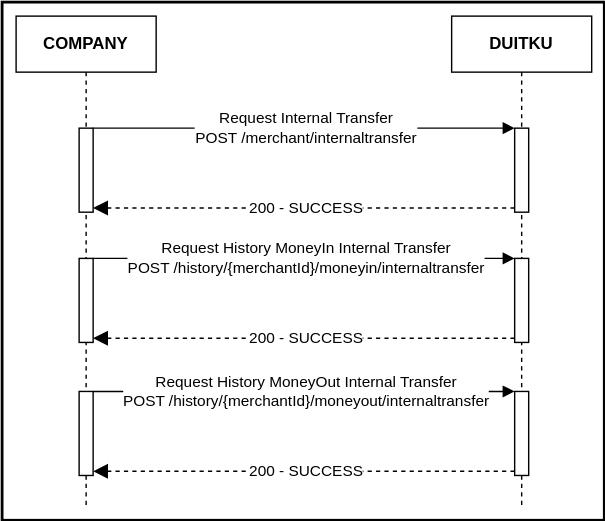
heripurnama/master-api-public keeps this draw.io diagram as internaltransfer_flow.svg. Above is the earlier version. Source tidied: cells renumbered, new cells last; positions are measured from the earlier drawing's top-left corner, leaving out a move shared by most shapes. The source it was exported from:
```xml
<mxGraphModel>
  <root>
    <mxCell id="0" />
    <mxCell id="1" parent="0" />
    <mxCell id="2" style="rounded=0;whiteSpace=wrap;html=1;strokeWidth=2;" parent="1" vertex="1">
      <mxGeometry width="430" height="370" as="geometry" />
    </mxCell>
    <mxCell id="3" style="group;" parent="1" vertex="1">
      <mxGeometry x="10" y="10" width="411" height="350" as="geometry" />
    </mxCell>
    <mxCell id="4" value="&lt;b&gt;COMPANY&lt;/b&gt;" style="shape=umlLifeline;perimeter=lifelinePerimeter;whiteSpace=wrap;html=1;newEdgeStyle={&quot;edgeStyle&quot;:&quot;elbowEdgeStyle&quot;,&quot;elbow&quot;:&quot;vertical&quot;,&quot;curved&quot;:0,&quot;rounded&quot;:0};" parent="3" vertex="1">
      <mxGeometry width="100" height="350" as="geometry" />
    </mxCell>
    <mxCell id="5" style="html=1;points=[];perimeter=orthogonalPerimeter;outlineConnect=0;targetShapes=umlLifeline;portConstraint=eastwest;newEdgeStyle={&quot;edgeStyle&quot;:&quot;elbowEdgeStyle&quot;,&quot;elbow&quot;:&quot;vertical&quot;,&quot;curved&quot;:0,&quot;rounded&quot;:0};" parent="4" vertex="1">
      <mxGeometry x="45" y="80" width="10" height="60" as="geometry" />
    </mxCell>
    <mxCell id="6" value="&lt;b&gt;DUITKU&lt;/b&gt;" style="shape=umlLifeline;perimeter=lifelinePerimeter;whiteSpace=wrap;html=1;newEdgeStyle={&quot;edgeStyle&quot;:&quot;elbowEdgeStyle&quot;,&quot;elbow&quot;:&quot;vertical&quot;,&quot;curved&quot;:0,&quot;rounded&quot;:0};" parent="3" vertex="1">
      <mxGeometry x="311" width="100" height="350" as="geometry" />
    </mxCell>
    <mxCell id="7" style="html=1;points=[];perimeter=orthogonalPerimeter;outlineConnect=0;targetShapes=umlLifeline;portConstraint=eastwest;newEdgeStyle={&quot;edgeStyle&quot;:&quot;elbowEdgeStyle&quot;,&quot;elbow&quot;:&quot;vertical&quot;,&quot;curved&quot;:0,&quot;rounded&quot;:0};" parent="6" vertex="1">
      <mxGeometry x="45" y="80" width="10" height="60" as="geometry" />
    </mxCell>
    <mxCell id="8" style="html=1;verticalAlign=bottom;endArrow=block;edgeStyle=elbowEdgeStyle;elbow=vertical;curved=0;rounded=0;" parent="3" edge="1" source="5" target="7">
      <mxGeometry relative="1" as="geometry">
        <Array as="points">
          <mxPoint x="140" y="80" />
        </Array>
      </mxGeometry>
    </mxCell>
    <mxCell id="9" value="Request Internal Transfer&lt;br&gt;POST /merchant/internaltransfer" style="edgeLabel;html=1;align=center;verticalAlign=middle;" parent="8" vertex="1">
      <mxGeometry x="0.04" y="1" relative="1" as="geometry">
        <mxPoint x="-6" as="offset" />
      </mxGeometry>
    </mxCell>
    <mxCell id="10" style="html=1;verticalAlign=bottom;endArrow=block;dashed=1;endSize=8;edgeStyle=elbowEdgeStyle;elbow=vertical;curved=0;rounded=0;endFill=1;" parent="3" edge="1" source="7">
      <mxGeometry relative="1" as="geometry">
        <mxPoint x="55" y="137" as="targetPoint" />
        <Array as="points">
          <mxPoint x="150" y="137" />
        </Array>
      </mxGeometry>
    </mxCell>
    <mxCell id="11" value="200 - SUCCESS" style="edgeLabel;html=1;align=center;verticalAlign=middle;" parent="10" vertex="1">
      <mxGeometry x="-0.01" y="-1" relative="1" as="geometry" />
    </mxCell>
    <mxCell id="12" style="html=1;points=[];perimeter=orthogonalPerimeter;outlineConnect=0;targetShapes=umlLifeline;portConstraint=eastwest;newEdgeStyle={&quot;edgeStyle&quot;:&quot;elbowEdgeStyle&quot;,&quot;elbow&quot;:&quot;vertical&quot;,&quot;curved&quot;:0,&quot;rounded&quot;:0};" parent="3" vertex="1">
      <mxGeometry x="45" y="173" width="10" height="60" as="geometry" />
    </mxCell>
    <mxCell id="13" style="html=1;points=[];perimeter=orthogonalPerimeter;outlineConnect=0;targetShapes=umlLifeline;portConstraint=eastwest;newEdgeStyle={&quot;edgeStyle&quot;:&quot;elbowEdgeStyle&quot;,&quot;elbow&quot;:&quot;vertical&quot;,&quot;curved&quot;:0,&quot;rounded&quot;:0};fillColor=#FFFFFF;" parent="3" vertex="1">
      <mxGeometry x="356" y="173" width="10" height="60" as="geometry" />
    </mxCell>
    <mxCell id="14" style="html=1;verticalAlign=bottom;endArrow=block;edgeStyle=elbowEdgeStyle;elbow=vertical;curved=0;rounded=0;" parent="3" edge="1" source="12" target="13">
      <mxGeometry relative="1" as="geometry">
        <Array as="points">
          <mxPoint x="140" y="173" />
        </Array>
      </mxGeometry>
    </mxCell>
    <mxCell id="15" value="Request History MoneyIn Internal Transfer&lt;br&gt;POST /history/{merchantId}/moneyin/internaltransfer" style="edgeLabel;html=1;align=center;verticalAlign=middle;" parent="14" vertex="1">
      <mxGeometry x="0.04" y="1" relative="1" as="geometry">
        <mxPoint x="-6" as="offset" />
      </mxGeometry>
    </mxCell>
    <mxCell id="16" style="html=1;verticalAlign=bottom;endArrow=block;dashed=1;endSize=8;edgeStyle=elbowEdgeStyle;elbow=vertical;curved=0;rounded=0;endFill=1;" parent="3" edge="1" source="13">
      <mxGeometry relative="1" as="geometry">
        <mxPoint x="55" y="230" as="targetPoint" />
        <Array as="points">
          <mxPoint x="150" y="230" />
        </Array>
      </mxGeometry>
    </mxCell>
    <mxCell id="17" value="200 - SUCCESS" style="edgeLabel;html=1;align=center;verticalAlign=middle;" parent="16" vertex="1">
      <mxGeometry x="-0.01" y="-1" relative="1" as="geometry" />
    </mxCell>
    <mxCell id="18" style="html=1;points=[];perimeter=orthogonalPerimeter;outlineConnect=0;targetShapes=umlLifeline;portConstraint=eastwest;newEdgeStyle={&quot;edgeStyle&quot;:&quot;elbowEdgeStyle&quot;,&quot;elbow&quot;:&quot;vertical&quot;,&quot;curved&quot;:0,&quot;rounded&quot;:0};" parent="3" vertex="1">
      <mxGeometry x="45" y="268" width="10" height="60" as="geometry" />
    </mxCell>
    <mxCell id="19" style="html=1;points=[];perimeter=orthogonalPerimeter;outlineConnect=0;targetShapes=umlLifeline;portConstraint=eastwest;newEdgeStyle={&quot;edgeStyle&quot;:&quot;elbowEdgeStyle&quot;,&quot;elbow&quot;:&quot;vertical&quot;,&quot;curved&quot;:0,&quot;rounded&quot;:0};fillColor=#FFFFFF;" parent="3" vertex="1">
      <mxGeometry x="356" y="268" width="10" height="60" as="geometry" />
    </mxCell>
    <mxCell id="20" style="html=1;verticalAlign=bottom;endArrow=block;edgeStyle=elbowEdgeStyle;elbow=vertical;curved=0;rounded=0;" parent="3" edge="1" source="18" target="19">
      <mxGeometry relative="1" as="geometry">
        <Array as="points">
          <mxPoint x="140" y="268" />
        </Array>
      </mxGeometry>
    </mxCell>
    <mxCell id="21" value="Request History MoneyOut Internal Transfer&lt;br&gt;POST /history/{merchantId}/moneyout/internaltransfer" style="edgeLabel;html=1;align=center;verticalAlign=middle;" parent="20" vertex="1">
      <mxGeometry x="0.04" y="1" relative="1" as="geometry">
        <mxPoint x="-6" as="offset" />
      </mxGeometry>
    </mxCell>
    <mxCell id="22" style="html=1;verticalAlign=bottom;endArrow=block;dashed=1;endSize=8;edgeStyle=elbowEdgeStyle;elbow=vertical;curved=0;rounded=0;endFill=1;" parent="3" edge="1" source="19">
      <mxGeometry relative="1" as="geometry">
        <mxPoint x="55" y="325" as="targetPoint" />
        <Array as="points">
          <mxPoint x="150" y="325" />
        </Array>
      </mxGeometry>
    </mxCell>
    <mxCell id="23" value="200 - SUCCESS" style="edgeLabel;html=1;align=center;verticalAlign=middle;" parent="22" vertex="1">
      <mxGeometry x="-0.01" y="-1" relative="1" as="geometry" />
    </mxCell>
  </root>
</mxGraphModel>
```
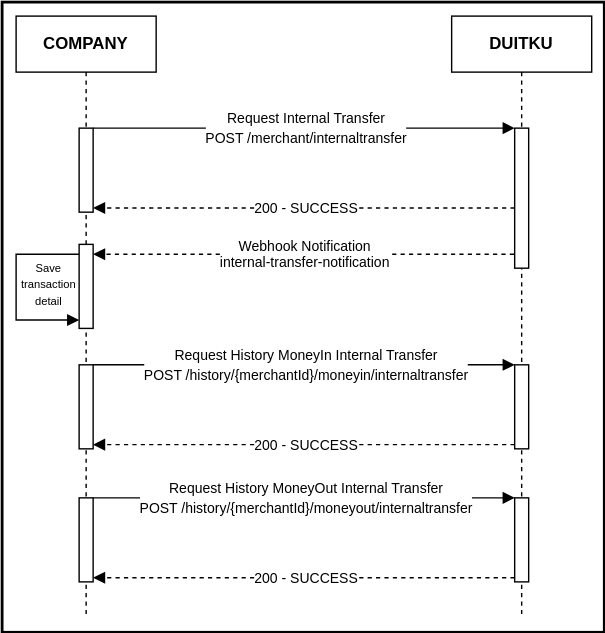
After the commit.

The edit, as a diff of the source:
```diff
@@ -3,22 +3,22 @@
     <mxCell id="0" />
     <mxCell id="1" parent="0" />
     <mxCell id="2" style="rounded=0;whiteSpace=wrap;html=1;strokeWidth=2;" parent="1" vertex="1">
-      <mxGeometry width="430" height="370" as="geometry" />
+      <mxGeometry width="430" height="450" as="geometry" />
     </mxCell>
     <mxCell id="3" style="group;" parent="1" vertex="1">
-      <mxGeometry x="10" y="10" width="411" height="350" as="geometry" />
+      <mxGeometry x="10" y="10" width="411" height="430" as="geometry" />
     </mxCell>
     <mxCell id="4" value="&lt;b&gt;COMPANY&lt;/b&gt;" style="shape=umlLifeline;perimeter=lifelinePerimeter;whiteSpace=wrap;html=1;newEdgeStyle={&quot;edgeStyle&quot;:&quot;elbowEdgeStyle&quot;,&quot;elbow&quot;:&quot;vertical&quot;,&quot;curved&quot;:0,&quot;rounded&quot;:0};" parent="3" vertex="1">
-      <mxGeometry width="100" height="350" as="geometry" />
+      <mxGeometry width="100" height="430" as="geometry" />
     </mxCell>
     <mxCell id="5" style="html=1;points=[];perimeter=orthogonalPerimeter;outlineConnect=0;targetShapes=umlLifeline;portConstraint=eastwest;newEdgeStyle={&quot;edgeStyle&quot;:&quot;elbowEdgeStyle&quot;,&quot;elbow&quot;:&quot;vertical&quot;,&quot;curved&quot;:0,&quot;rounded&quot;:0};" parent="4" vertex="1">
       <mxGeometry x="45" y="80" width="10" height="60" as="geometry" />
     </mxCell>
     <mxCell id="6" value="&lt;b&gt;DUITKU&lt;/b&gt;" style="shape=umlLifeline;perimeter=lifelinePerimeter;whiteSpace=wrap;html=1;newEdgeStyle={&quot;edgeStyle&quot;:&quot;elbowEdgeStyle&quot;,&quot;elbow&quot;:&quot;vertical&quot;,&quot;curved&quot;:0,&quot;rounded&quot;:0};" parent="3" vertex="1">
-      <mxGeometry x="311" width="100" height="350" as="geometry" />
+      <mxGeometry x="311" width="100" height="430" as="geometry" />
     </mxCell>
     <mxCell id="7" style="html=1;points=[];perimeter=orthogonalPerimeter;outlineConnect=0;targetShapes=umlLifeline;portConstraint=eastwest;newEdgeStyle={&quot;edgeStyle&quot;:&quot;elbowEdgeStyle&quot;,&quot;elbow&quot;:&quot;vertical&quot;,&quot;curved&quot;:0,&quot;rounded&quot;:0};" parent="6" vertex="1">
-      <mxGeometry x="45" y="80" width="10" height="60" as="geometry" />
+      <mxGeometry x="45" y="80" width="10" height="100" as="geometry" />
     </mxCell>
     <mxCell id="8" style="html=1;verticalAlign=bottom;endArrow=block;edgeStyle=elbowEdgeStyle;elbow=vertical;curved=0;rounded=0;" parent="3" edge="1" source="5" target="7">
       <mxGeometry relative="1" as="geometry">
@@ -27,12 +27,12 @@
         </Array>
       </mxGeometry>
     </mxCell>
-    <mxCell id="9" value="Request Internal Transfer&lt;br&gt;POST /merchant/internaltransfer" style="edgeLabel;html=1;align=center;verticalAlign=middle;" parent="8" vertex="1">
+    <mxCell id="9" value="&lt;font style=&quot;font-size: 10px;&quot;&gt;Request Internal Transfer&lt;br&gt;POST /merchant/internaltransfer&lt;/font&gt;" style="edgeLabel;html=1;align=center;verticalAlign=middle;" parent="8" vertex="1">
       <mxGeometry x="0.04" y="1" relative="1" as="geometry">
         <mxPoint x="-6" as="offset" />
       </mxGeometry>
     </mxCell>
-    <mxCell id="10" style="html=1;verticalAlign=bottom;endArrow=block;dashed=1;endSize=8;edgeStyle=elbowEdgeStyle;elbow=vertical;curved=0;rounded=0;endFill=1;" parent="3" edge="1" source="7">
+    <mxCell id="10" style="html=1;verticalAlign=bottom;endArrow=block;dashed=1;endSize=6;edgeStyle=elbowEdgeStyle;elbow=vertical;curved=0;rounded=0;endFill=1;" parent="3" edge="1" source="7">
       <mxGeometry relative="1" as="geometry">
         <mxPoint x="55" y="137" as="targetPoint" />
         <Array as="points">
@@ -40,66 +40,87 @@
         </Array>
       </mxGeometry>
     </mxCell>
-    <mxCell id="11" value="200 - SUCCESS" style="edgeLabel;html=1;align=center;verticalAlign=middle;" parent="10" vertex="1">
+    <mxCell id="11" value="&lt;font style=&quot;font-size: 10px;&quot;&gt;200 - SUCCESS&lt;/font&gt;" style="edgeLabel;html=1;align=center;verticalAlign=middle;" parent="10" vertex="1">
       <mxGeometry x="-0.01" y="-1" relative="1" as="geometry" />
     </mxCell>
     <mxCell id="12" style="html=1;points=[];perimeter=orthogonalPerimeter;outlineConnect=0;targetShapes=umlLifeline;portConstraint=eastwest;newEdgeStyle={&quot;edgeStyle&quot;:&quot;elbowEdgeStyle&quot;,&quot;elbow&quot;:&quot;vertical&quot;,&quot;curved&quot;:0,&quot;rounded&quot;:0};" parent="3" vertex="1">
-      <mxGeometry x="45" y="173" width="10" height="60" as="geometry" />
+      <mxGeometry x="45" y="249" width="10" height="60" as="geometry" />
     </mxCell>
     <mxCell id="13" style="html=1;points=[];perimeter=orthogonalPerimeter;outlineConnect=0;targetShapes=umlLifeline;portConstraint=eastwest;newEdgeStyle={&quot;edgeStyle&quot;:&quot;elbowEdgeStyle&quot;,&quot;elbow&quot;:&quot;vertical&quot;,&quot;curved&quot;:0,&quot;rounded&quot;:0};fillColor=#FFFFFF;" parent="3" vertex="1">
-      <mxGeometry x="356" y="173" width="10" height="60" as="geometry" />
+      <mxGeometry x="356" y="249" width="10" height="60" as="geometry" />
     </mxCell>
     <mxCell id="14" style="html=1;verticalAlign=bottom;endArrow=block;edgeStyle=elbowEdgeStyle;elbow=vertical;curved=0;rounded=0;" parent="3" edge="1" source="12" target="13">
       <mxGeometry relative="1" as="geometry">
         <Array as="points">
-          <mxPoint x="140" y="173" />
+          <mxPoint x="140" y="249" />
         </Array>
       </mxGeometry>
     </mxCell>
-    <mxCell id="15" value="Request History MoneyIn Internal Transfer&lt;br&gt;POST /history/{merchantId}/moneyin/internaltransfer" style="edgeLabel;html=1;align=center;verticalAlign=middle;" parent="14" vertex="1">
+    <mxCell id="15" value="&lt;font style=&quot;font-size: 10px;&quot;&gt;Request History MoneyIn Internal Transfer&lt;br&gt;POST /history/{merchantId}/moneyin/internaltransfer&lt;/font&gt;" style="edgeLabel;html=1;align=center;verticalAlign=middle;" parent="14" vertex="1">
       <mxGeometry x="0.04" y="1" relative="1" as="geometry">
         <mxPoint x="-6" as="offset" />
       </mxGeometry>
     </mxCell>
-    <mxCell id="16" style="html=1;verticalAlign=bottom;endArrow=block;dashed=1;endSize=8;edgeStyle=elbowEdgeStyle;elbow=vertical;curved=0;rounded=0;endFill=1;" parent="3" edge="1" source="13">
+    <mxCell id="16" style="html=1;verticalAlign=bottom;endArrow=block;dashed=1;endSize=6;edgeStyle=elbowEdgeStyle;elbow=vertical;curved=0;rounded=0;endFill=1;" parent="3" edge="1" source="13">
       <mxGeometry relative="1" as="geometry">
-        <mxPoint x="55" y="230" as="targetPoint" />
+        <mxPoint x="55" y="306" as="targetPoint" />
         <Array as="points">
-          <mxPoint x="150" y="230" />
+          <mxPoint x="150" y="306" />
         </Array>
       </mxGeometry>
     </mxCell>
-    <mxCell id="17" value="200 - SUCCESS" style="edgeLabel;html=1;align=center;verticalAlign=middle;" parent="16" vertex="1">
+    <mxCell id="17" value="&lt;font style=&quot;font-size: 10px;&quot;&gt;200 - SUCCESS&lt;/font&gt;" style="edgeLabel;html=1;align=center;verticalAlign=middle;" parent="16" vertex="1">
       <mxGeometry x="-0.01" y="-1" relative="1" as="geometry" />
     </mxCell>
     <mxCell id="18" style="html=1;points=[];perimeter=orthogonalPerimeter;outlineConnect=0;targetShapes=umlLifeline;portConstraint=eastwest;newEdgeStyle={&quot;edgeStyle&quot;:&quot;elbowEdgeStyle&quot;,&quot;elbow&quot;:&quot;vertical&quot;,&quot;curved&quot;:0,&quot;rounded&quot;:0};" parent="3" vertex="1">
-      <mxGeometry x="45" y="268" width="10" height="60" as="geometry" />
+      <mxGeometry x="45" y="344" width="10" height="60" as="geometry" />
     </mxCell>
     <mxCell id="19" style="html=1;points=[];perimeter=orthogonalPerimeter;outlineConnect=0;targetShapes=umlLifeline;portConstraint=eastwest;newEdgeStyle={&quot;edgeStyle&quot;:&quot;elbowEdgeStyle&quot;,&quot;elbow&quot;:&quot;vertical&quot;,&quot;curved&quot;:0,&quot;rounded&quot;:0};fillColor=#FFFFFF;" parent="3" vertex="1">
-      <mxGeometry x="356" y="268" width="10" height="60" as="geometry" />
+      <mxGeometry x="356" y="344" width="10" height="60" as="geometry" />
     </mxCell>
     <mxCell id="20" style="html=1;verticalAlign=bottom;endArrow=block;edgeStyle=elbowEdgeStyle;elbow=vertical;curved=0;rounded=0;" parent="3" edge="1" source="18" target="19">
       <mxGeometry relative="1" as="geometry">
         <Array as="points">
-          <mxPoint x="140" y="268" />
+          <mxPoint x="140" y="344" />
         </Array>
       </mxGeometry>
     </mxCell>
-    <mxCell id="21" value="Request History MoneyOut Internal Transfer&lt;br&gt;POST /history/{merchantId}/moneyout/internaltransfer" style="edgeLabel;html=1;align=center;verticalAlign=middle;" parent="20" vertex="1">
+    <mxCell id="21" value="&lt;font style=&quot;font-size: 10px;&quot;&gt;Request History MoneyOut Internal Transfer&lt;br&gt;POST /history/{merchantId}/moneyout/internaltransfer&lt;/font&gt;" style="edgeLabel;html=1;align=center;verticalAlign=middle;" parent="20" vertex="1">
       <mxGeometry x="0.04" y="1" relative="1" as="geometry">
         <mxPoint x="-6" as="offset" />
       </mxGeometry>
     </mxCell>
-    <mxCell id="22" style="html=1;verticalAlign=bottom;endArrow=block;dashed=1;endSize=8;edgeStyle=elbowEdgeStyle;elbow=vertical;curved=0;rounded=0;endFill=1;" parent="3" edge="1" source="19">
+    <mxCell id="22" style="html=1;verticalAlign=bottom;endArrow=block;dashed=1;endSize=6;edgeStyle=elbowEdgeStyle;elbow=vertical;curved=0;rounded=0;endFill=1;" parent="3" edge="1" source="19">
       <mxGeometry relative="1" as="geometry">
-        <mxPoint x="55" y="325" as="targetPoint" />
+        <mxPoint x="55" y="401" as="targetPoint" />
         <Array as="points">
-          <mxPoint x="150" y="325" />
+          <mxPoint x="150" y="401" />
         </Array>
       </mxGeometry>
     </mxCell>
-    <mxCell id="23" value="200 - SUCCESS" style="edgeLabel;html=1;align=center;verticalAlign=middle;" parent="22" vertex="1">
+    <mxCell id="23" value="&lt;font style=&quot;font-size: 10px;&quot;&gt;200 - SUCCESS&lt;/font&gt;" style="edgeLabel;html=1;align=center;verticalAlign=middle;" parent="22" vertex="1">
       <mxGeometry x="-0.01" y="-1" relative="1" as="geometry" />
     </mxCell>
+    <mxCell id="24" value="Webhook Notification&lt;br style=&quot;font-size: 10px;&quot;&gt;&lt;div style=&quot;text-align: left;&quot;&gt;internal-transfer-notification&lt;/div&gt;" style="endArrow=block;html=1;fontSize=10;dashed=1;endFill=1;" parent="1" edge="1" target="25">
+      <mxGeometry relative="1" as="geometry">
+        <mxPoint x="365.5" y="180" as="sourcePoint" />
+      </mxGeometry>
+    </mxCell>
+    <mxCell id="25" style="html=1;points=[];perimeter=orthogonalPerimeter;outlineConnect=0;targetShapes=umlLifeline;portConstraint=eastwest;newEdgeStyle={&quot;edgeStyle&quot;:&quot;elbowEdgeStyle&quot;,&quot;elbow&quot;:&quot;vertical&quot;,&quot;curved&quot;:0,&quot;rounded&quot;:0};" parent="1" vertex="1">
+      <mxGeometry x="55" y="173" width="10" height="60" as="geometry" />
+    </mxCell>
+    <mxCell id="26" style="endArrow=block;html=1;rounded=0;fontSize=10;endFill=1;edgeStyle=orthogonalEdgeStyle;" parent="1" edge="1" source="25" target="25">
+      <mxGeometry relative="1" as="geometry">
+        <Array as="points">
+          <mxPoint x="10" y="180" />
+          <mxPoint x="10" y="227" />
+        </Array>
+      </mxGeometry>
+    </mxCell>
+    <mxCell id="27" value="&lt;font style=&quot;font-size: 8px;&quot;&gt;Save&lt;br&gt;transaction&lt;br&gt;detail&lt;br&gt;&lt;/font&gt;" style="edgeLabel;html=1;align=center;verticalAlign=middle;fontSize=10;" parent="26" vertex="1">
+      <mxGeometry x="-0.09" relative="1" as="geometry">
+        <mxPoint x="22" y="3" as="offset" />
+      </mxGeometry>
+    </mxCell>
   </root>
 </mxGraphModel>
```
